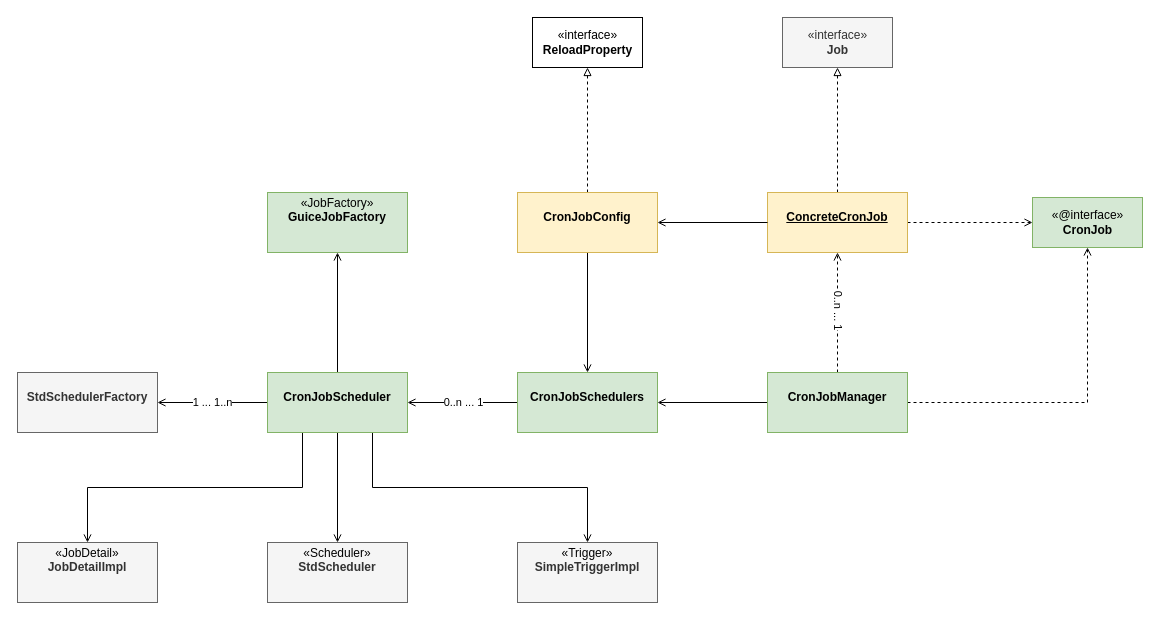
This is leyan/policy/policy-quartz-component-class-diagram.drawio from GeekKwok/UML, a draw.io file, before an edit. Source tidied: cells renumbered, new cells numbered last; positions are measured from the earlier drawing's top-left corner, leaving out a move shared by most shapes. Both pictures are drawn from the tidied source at 100%, with x=0, y=0 at pixel (17, 17).
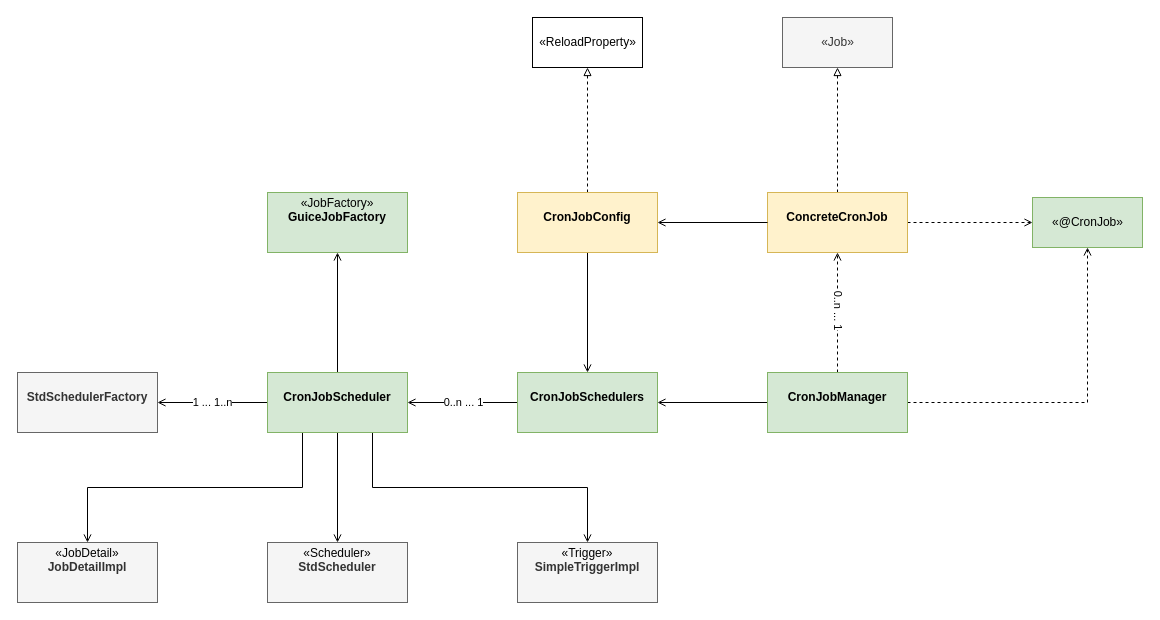
Above is the later version.

Change to the diagram source:
```diff
@@
-    <mxCell id="19" value="&lt;p style=&quot;margin: 0px ; margin-top: 4px ; text-align: center&quot;&gt;&lt;br&gt;&lt;b&gt;&lt;u&gt;ConcreteCronJob&lt;/u&gt;&lt;/b&gt;&lt;/p&gt;" style="verticalAlign=top;align=left;overflow=fill;fontSize=12;fontFamily=Helvetica;html=1;fillColor=#fff2cc;strokeColor=#d6b656;" parent="1" vertex="1">
+    <mxCell id="19" value="&lt;p style=&quot;margin: 0px ; margin-top: 4px ; text-align: center&quot;&gt;&lt;br&gt;&lt;b&gt;ConcreteCronJob&lt;/b&gt;&lt;/p&gt;" style="verticalAlign=top;align=left;overflow=fill;fontSize=12;fontFamily=Helvetica;html=1;fillColor=#fff2cc;strokeColor=#d6b656;" parent="1" vertex="1">
       <mxGeometry x="750" y="175" width="140" height="60" as="geometry" />
     </mxCell>
-    <mxCell id="20" value="«@interface»&lt;br&gt;&lt;b&gt;CronJob&lt;/b&gt;" style="html=1;fillColor=#d5e8d4;strokeColor=#82b366;" parent="1" vertex="1">
+    <mxCell id="20" value="«@CronJob»" style="html=1;fillColor=#d5e8d4;strokeColor=#82b366;" parent="1" vertex="1">
       <mxGeometry x="1015" y="180" width="110" height="50" as="geometry" />
     </mxCell>
@@
-    <mxCell id="22" value="«interface»&lt;br&gt;&lt;b&gt;ReloadProperty&lt;/b&gt;" style="html=1;" parent="1" vertex="1">
+    <mxCell id="22" value="«ReloadProperty»&lt;br&gt;" style="html=1;" parent="1" vertex="1">
       <mxGeometry x="515" width="110" height="50" as="geometry" />
     </mxCell>
@@
-    <mxCell id="32" value="«interface»&lt;br&gt;&lt;b&gt;Job&lt;/b&gt;" style="html=1;fillColor=#f5f5f5;strokeColor=#666666;fontColor=#333333;" parent="1" vertex="1">
+    <mxCell id="32" value="«Job»" style="html=1;fillColor=#f5f5f5;strokeColor=#666666;fontColor=#333333;" parent="1" vertex="1">
       <mxGeometry x="765" width="110" height="50" as="geometry" />
     </mxCell>
```
